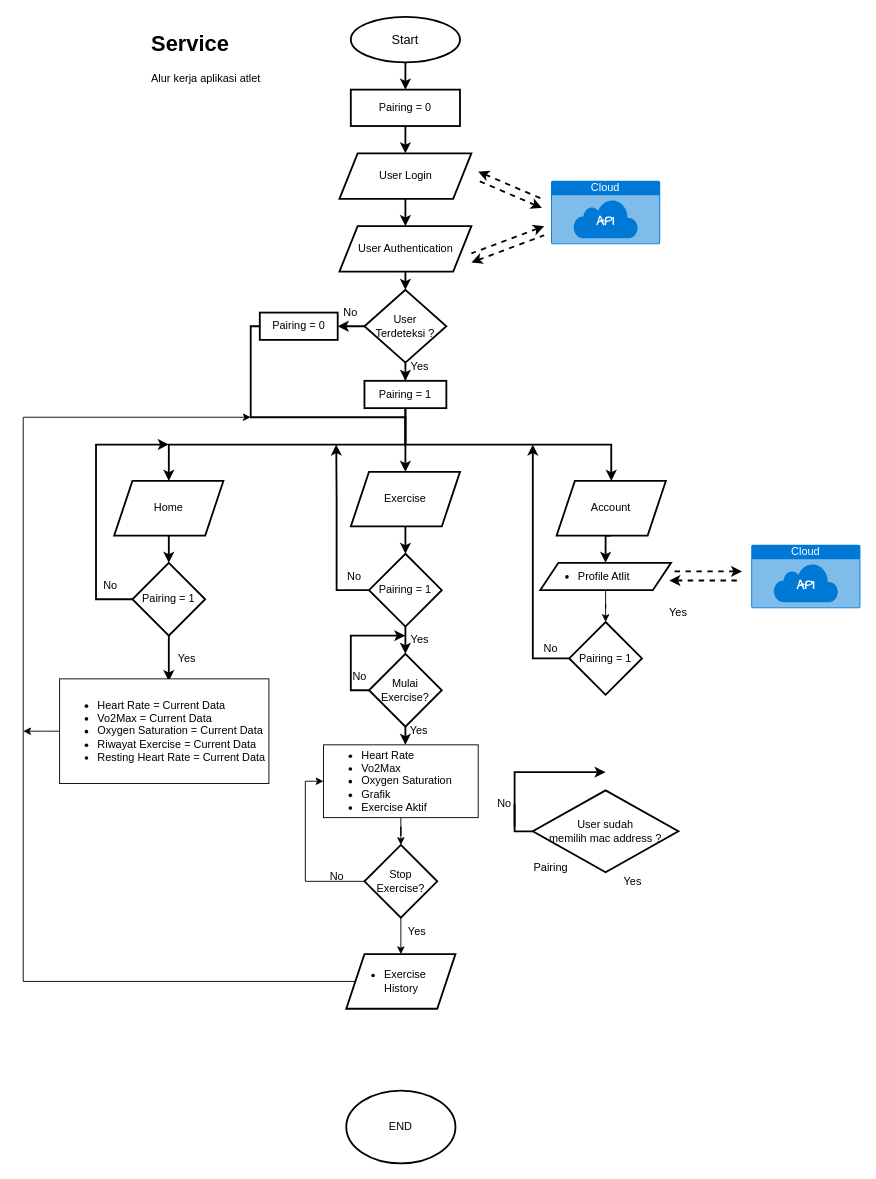
The draw.io diagram Smartwatch.drawio in ilhamdestyo/draw.io, before the edit. Source tidied: cells renumbered, new cells numbered last; positions are measured from the earlier drawing's top-left corner, leaving out a move shared by most shapes. Both pictures are drawn from the tidied source at 91%, with x=0, y=0 at pixel (23, 16).
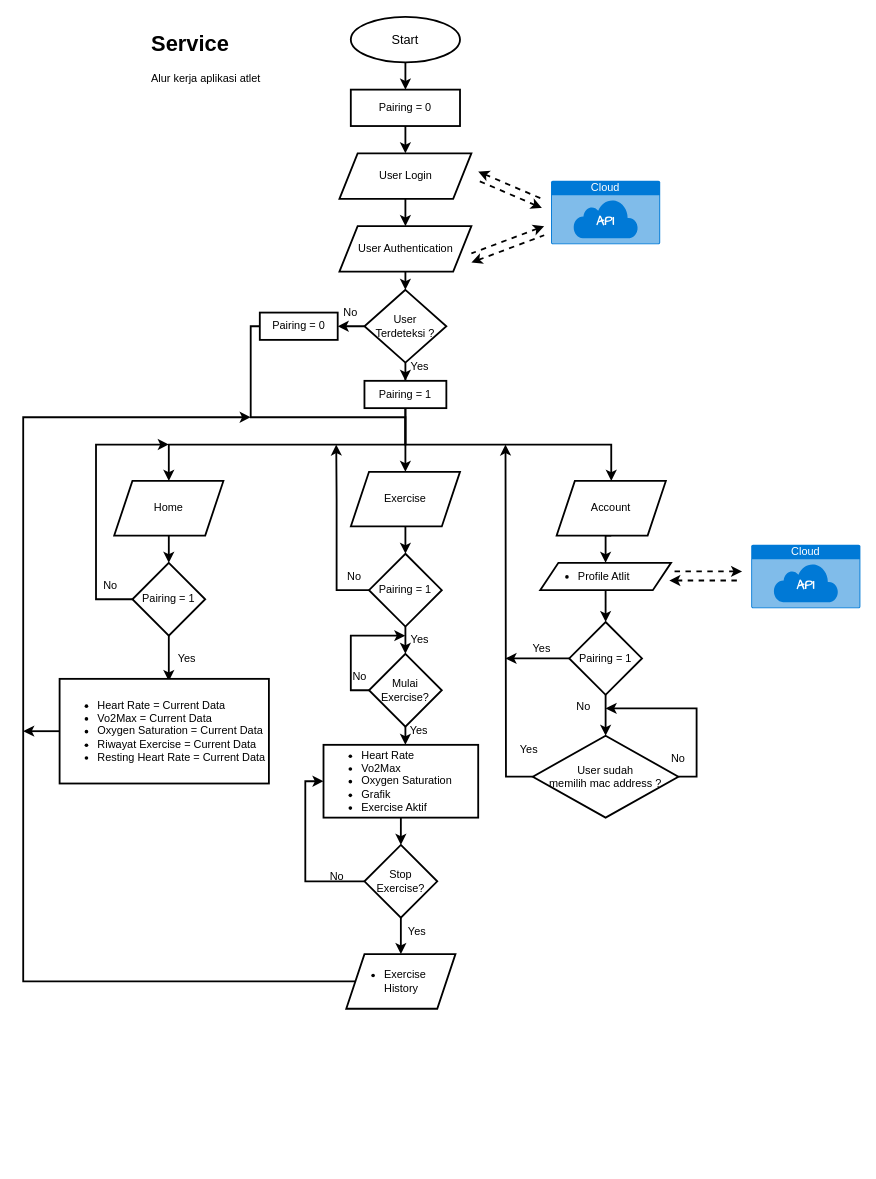
The same page after the edit.

Unchanged cells that the change refers to:
```xml
<mxCell id="9" value="&lt;ul&gt;&lt;li&gt;Profile Atlit&lt;/li&gt;&lt;/ul&gt;" style="shape=parallelogram;perimeter=parallelogramPerimeter;whiteSpace=wrap;html=1;fixedSize=1;align=left;strokeWidth=2;" parent="1" vertex="1">
  <mxGeometry x="568.1" y="600" width="143.8" height="30" as="geometry" />
</mxCell>
<mxCell id="26" value="&lt;ul&gt;&lt;li&gt;Exercise History&lt;/li&gt;&lt;/ul&gt;" style="shape=parallelogram;perimeter=parallelogramPerimeter;whiteSpace=wrap;html=1;fixedSize=1;strokeWidth=2;align=left;" parent="1" vertex="1">
  <mxGeometry x="355" y="1030" width="120" height="60" as="geometry" />
</mxCell>
<mxCell id="75" value="Stop&lt;br&gt;Exercise?" style="rhombus;whiteSpace=wrap;html=1;strokeWidth=2;" parent="1" vertex="1">
  <mxGeometry x="375" y="910" width="80" height="80" as="geometry" />
</mxCell>
<mxCell id="77" value="Pairing = 1" style="rhombus;whiteSpace=wrap;html=1;strokeWidth=2;" parent="1" vertex="1">
  <mxGeometry x="600" y="665" width="80" height="80" as="geometry" />
</mxCell>
```

Diff of the diagram source:
```diff
@@
-    <mxCell id="8" style="edgeStyle=orthogonalEdgeStyle;rounded=0;jettySize=auto;html=1;entryX=0.5;entryY=0;entryDx=0;entryDy=0;" parent="1" edge="1" source="9" target="77">
+    <mxCell id="8" style="edgeStyle=orthogonalEdgeStyle;rounded=0;jettySize=auto;html=1;entryX=0.5;entryY=0;entryDx=0;entryDy=0;strokeWidth=2;" parent="1" edge="1" source="9" target="77">
       <mxGeometry relative="1" as="geometry" />
     </mxCell>
@@
-    <mxCell id="22" style="edgeStyle=orthogonalEdgeStyle;rounded=0;jettySize=auto;html=1;strokeWidth=2;startArrow=none;" parent="1" edge="1" source="31">
-      <mxGeometry relative="1" as="geometry">
-        <mxPoint x="640" y="830" as="targetPoint" />
-        <Array as="points">
-          <mxPoint x="540" y="890" />
-          <mxPoint x="540" y="830" />
-        </Array>
-      </mxGeometry>
-    </mxCell>
+    <mxCell id="78" style="edgeStyle=orthogonalEdgeStyle;rounded=0;jettySize=auto;html=1;strokeWidth=2;" parent="1" edge="1" source="23">
+      <mxGeometry relative="1" as="geometry">
+        <mxPoint x="640" y="760" as="targetPoint" />
+        <Array as="points">
+          <mxPoint x="740" y="835" />
+          <mxPoint x="740" y="760" />
+        </Array>
+      </mxGeometry>
+    </mxCell>
+    <mxCell id="79" style="edgeStyle=orthogonalEdgeStyle;rounded=0;jettySize=auto;html=1;strokeWidth=2;" parent="1" edge="1" source="23">
+      <mxGeometry relative="1" as="geometry">
+        <mxPoint x="530" y="470" as="targetPoint" />
+      </mxGeometry>
+    </mxCell>
     <mxCell id="23" value="User sudah &lt;br&gt;memilih mac address ?" style="rhombus;whiteSpace=wrap;html=1;align=center;strokeWidth=2;" parent="1" vertex="1">
-      <mxGeometry x="560" y="850" width="160" height="90" as="geometry" />
+      <mxGeometry x="560" y="790" width="160" height="90" as="geometry" />
     </mxCell>
-    <mxCell id="24" value="Pairing" style="text;html=1;strokeColor=none;fillColor=none;align=center;verticalAlign=middle;whiteSpace=wrap;rounded=0;strokeWidth=2;" parent="1" vertex="1">
-      <mxGeometry x="550" y="920" width="60" height="30" as="geometry" />
-    </mxCell>
-    <mxCell id="25" style="edgeStyle=orthogonalEdgeStyle;rounded=0;jettySize=auto;html=1;" parent="1" edge="1" source="26">
+    <mxCell id="25" style="edgeStyle=orthogonalEdgeStyle;rounded=0;jettySize=auto;html=1;strokeWidth=2;" parent="1" edge="1" source="26">
       <mxGeometry relative="1" as="geometry">
         <mxPoint x="250" y="440" as="targetPoint" />
         <Array as="points">
           <mxPoint y="1060" />
           <mxPoint y="440" />
         </Array>
       </mxGeometry>
     </mxCell>
@@
-    <mxCell id="27" value="END" style="ellipse;whiteSpace=wrap;html=1;strokeWidth=2;" parent="1" vertex="1">
-      <mxGeometry x="355" y="1180" width="120" height="80" as="geometry" />
-    </mxCell>
@@
-    <mxCell id="30" style="edgeStyle=orthogonalEdgeStyle;rounded=0;jettySize=auto;html=1;strokeWidth=2;endArrow=none;" parent="1" edge="1" source="23" target="31">
-      <mxGeometry relative="1" as="geometry" />
-    </mxCell>
     <mxCell id="31" value="No" style="text;html=1;strokeColor=none;fillColor=none;align=center;verticalAlign=middle;whiteSpace=wrap;rounded=0;strokeWidth=2;" parent="1" vertex="1">
-      <mxGeometry x="498.8" y="850" width="60" height="30" as="geometry" />
+      <mxGeometry x="690" y="800" width="60" height="30" as="geometry" />
     </mxCell>
     <mxCell id="32" value="Yes" style="text;html=1;strokeColor=none;fillColor=none;align=center;verticalAlign=middle;whiteSpace=wrap;rounded=0;strokeWidth=2;" parent="1" vertex="1">
-      <mxGeometry x="640" y="935" width="60" height="30" as="geometry" />
+      <mxGeometry x="526.2" y="790" width="60" height="30" as="geometry" />
     </mxCell>
@@
-    <mxCell id="45" style="edgeStyle=orthogonalEdgeStyle;rounded=0;jettySize=auto;html=1;strokeWidth=2;exitX=0;exitY=0.5;exitDx=0;exitDy=0;" parent="1" edge="1" source="77">
-      <mxGeometry relative="1" as="geometry">
-        <mxPoint x="560" y="470" as="targetPoint" />
-        <Array as="points">
-          <mxPoint x="560" y="705" />
-        </Array>
-      </mxGeometry>
-    </mxCell>
@@
     <mxCell id="50" value="Yes" style="text;html=1;strokeColor=none;fillColor=none;align=center;verticalAlign=middle;whiteSpace=wrap;rounded=0;strokeWidth=2;" parent="1" vertex="1">
-      <mxGeometry x="690" y="640" width="60" height="30" as="geometry" />
+      <mxGeometry x="540" y="680" width="60" height="30" as="geometry" />
     </mxCell>
@@
     <mxCell id="53" value="No" style="text;html=1;strokeColor=none;fillColor=none;align=center;verticalAlign=middle;whiteSpace=wrap;rounded=0;strokeWidth=2;" parent="1" vertex="1">
-      <mxGeometry x="550" y="680" width="60" height="30" as="geometry" />
+      <mxGeometry x="586.2" y="743" width="60" height="30" as="geometry" />
     </mxCell>
@@
-    <mxCell id="69" style="edgeStyle=orthogonalEdgeStyle;rounded=0;jettySize=auto;html=1;" parent="1" edge="1" source="70">
+    <mxCell id="69" style="edgeStyle=orthogonalEdgeStyle;rounded=0;jettySize=auto;html=1;strokeWidth=2;" parent="1" edge="1" source="70">
       <mxGeometry relative="1" as="geometry">
         <mxPoint y="785" as="targetPoint" />
       </mxGeometry>
     </mxCell>
-    <mxCell id="70" value="&lt;ul style=&quot;border-color: var(--border-color);&quot;&gt;&lt;li style=&quot;border-color: var(--border-color);&quot;&gt;Heart Rate = Current Data&lt;/li&gt;&lt;li style=&quot;border-color: var(--border-color);&quot;&gt;Vo2Max = Current Data&lt;/li&gt;&lt;li style=&quot;border-color: var(--border-color);&quot;&gt;Oxygen Saturation = Current Data&lt;/li&gt;&lt;li style=&quot;border-color: var(--border-color);&quot;&gt;Riwayat Exercise = Current Data&lt;/li&gt;&lt;li style=&quot;border-color: var(--border-color);&quot;&gt;Resting Heart Rate = Current Data&lt;/li&gt;&lt;/ul&gt;" style="rounded=0;whiteSpace=wrap;html=1;align=left;" parent="1" vertex="1">
+    <mxCell id="70" value="&lt;ul style=&quot;border-color: var(--border-color);&quot;&gt;&lt;li style=&quot;border-color: var(--border-color);&quot;&gt;Heart Rate = Current Data&lt;/li&gt;&lt;li style=&quot;border-color: var(--border-color);&quot;&gt;Vo2Max = Current Data&lt;/li&gt;&lt;li style=&quot;border-color: var(--border-color);&quot;&gt;Oxygen Saturation = Current Data&lt;/li&gt;&lt;li style=&quot;border-color: var(--border-color);&quot;&gt;Riwayat Exercise = Current Data&lt;/li&gt;&lt;li style=&quot;border-color: var(--border-color);&quot;&gt;Resting Heart Rate = Current Data&lt;/li&gt;&lt;/ul&gt;" style="rounded=0;whiteSpace=wrap;html=1;align=left;strokeWidth=2;" parent="1" vertex="1">
       <mxGeometry x="40" y="727.5" width="230" height="115" as="geometry" />
     </mxCell>
-    <mxCell id="71" style="edgeStyle=orthogonalEdgeStyle;rounded=0;jettySize=auto;html=1;" parent="1" edge="1" source="72" target="75">
+    <mxCell id="71" style="edgeStyle=orthogonalEdgeStyle;rounded=0;jettySize=auto;html=1;strokeWidth=2;" parent="1" edge="1" source="72" target="75">
       <mxGeometry relative="1" as="geometry" />
     </mxCell>
-    <mxCell id="72" value="&lt;ul style=&quot;border-color: var(--border-color);&quot;&gt;&lt;li style=&quot;border-color: var(--border-color);&quot;&gt;Heart Rate&lt;/li&gt;&lt;li style=&quot;border-color: var(--border-color);&quot;&gt;Vo2Max&lt;/li&gt;&lt;li style=&quot;border-color: var(--border-color);&quot;&gt;Oxygen Saturation&lt;/li&gt;&lt;li style=&quot;border-color: var(--border-color);&quot;&gt;Grafik&lt;/li&gt;&lt;li style=&quot;border-color: var(--border-color);&quot;&gt;Exercise Aktif&lt;/li&gt;&lt;/ul&gt;" style="rounded=0;whiteSpace=wrap;html=1;align=left;" parent="1" vertex="1">
+    <mxCell id="72" value="&lt;ul style=&quot;border-color: var(--border-color);&quot;&gt;&lt;li style=&quot;border-color: var(--border-color);&quot;&gt;Heart Rate&lt;/li&gt;&lt;li style=&quot;border-color: var(--border-color);&quot;&gt;Vo2Max&lt;/li&gt;&lt;li style=&quot;border-color: var(--border-color);&quot;&gt;Oxygen Saturation&lt;/li&gt;&lt;li style=&quot;border-color: var(--border-color);&quot;&gt;Grafik&lt;/li&gt;&lt;li style=&quot;border-color: var(--border-color);&quot;&gt;Exercise Aktif&lt;/li&gt;&lt;/ul&gt;" style="rounded=0;whiteSpace=wrap;html=1;align=left;strokeWidth=2;" parent="1" vertex="1">
       <mxGeometry x="330" y="800" width="170" height="80" as="geometry" />
     </mxCell>
-    <mxCell id="73" style="edgeStyle=orthogonalEdgeStyle;rounded=0;jettySize=auto;html=1;entryX=0.5;entryY=0;entryDx=0;entryDy=0;" parent="1" edge="1" source="75">
+    <mxCell id="73" style="edgeStyle=orthogonalEdgeStyle;rounded=0;jettySize=auto;html=1;entryX=0.5;entryY=0;entryDx=0;entryDy=0;strokeWidth=2;" parent="1" edge="1" source="75">
       <mxGeometry relative="1" as="geometry">
         <mxPoint x="415" y="1030" as="targetPoint" />
       </mxGeometry>
     </mxCell>
-    <mxCell id="74" style="edgeStyle=orthogonalEdgeStyle;rounded=0;jettySize=auto;html=1;entryX=0;entryY=0.5;entryDx=0;entryDy=0;" parent="1" edge="1" source="75" target="72">
+    <mxCell id="74" style="edgeStyle=orthogonalEdgeStyle;rounded=0;jettySize=auto;html=1;entryX=0;entryY=0.5;entryDx=0;entryDy=0;strokeWidth=2;" parent="1" edge="1" source="75" target="72">
       <mxGeometry relative="1" as="geometry">
         <Array as="points">
           <mxPoint x="310" y="950" />
           <mxPoint x="310" y="840" />
         </Array>
       </mxGeometry>
     </mxCell>
@@
+    <mxCell id="80" style="edgeStyle=orthogonalEdgeStyle;rounded=0;jettySize=auto;html=1;strokeWidth=2;" parent="1" edge="1" source="77" target="23">
+      <mxGeometry relative="1" as="geometry" />
+    </mxCell>
+    <mxCell id="81" style="edgeStyle=orthogonalEdgeStyle;rounded=0;jettySize=auto;html=1;strokeWidth=2;" parent="1" edge="1" source="77">
+      <mxGeometry relative="1" as="geometry">
+        <mxPoint x="530" y="705" as="targetPoint" />
+      </mxGeometry>
+    </mxCell>
```
